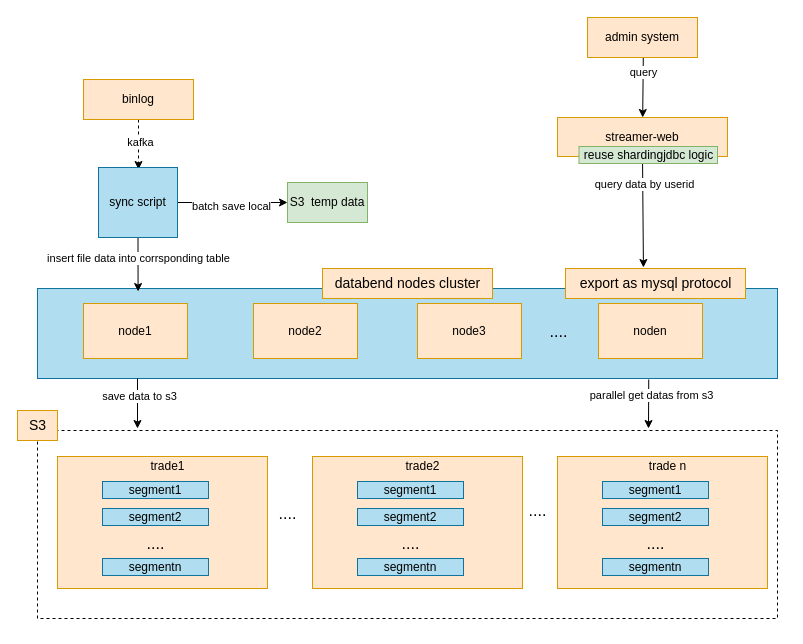
Before: page "第 3 页" (3 of 4) of doc/用户行为日志.drawio in jackjoesh/databend, a draw.io diagram. Source tidied: cells renumbered, new cells numbered last; positions are measured from the earlier drawing's top-left corner, leaving out a move shared by most shapes. Both pictures are drawn from the tidied source at 100%, with x=0, y=0 at pixel (17, 17).
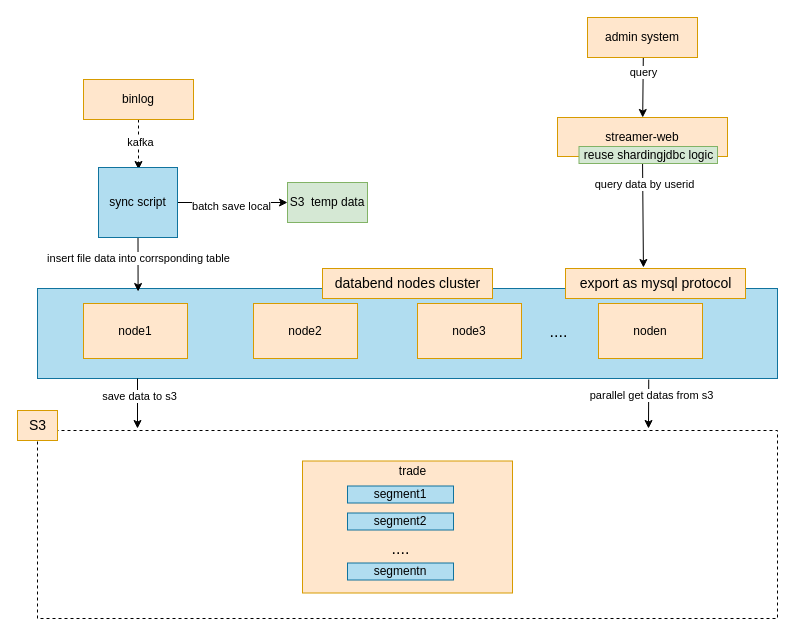
Above is the later version.

Change to the diagram source:
```diff
@@
     <mxCell id="3" style="rounded=0;whiteSpace=wrap;html=1;fillColor=#ffe6cc;strokeColor=#d79b00;" parent="1" vertex="1">
-      <mxGeometry x="40" y="439" width="210" height="132" as="geometry" />
+      <mxGeometry x="285" y="443.5" width="210" height="132" as="geometry" />
     </mxCell>
@@
-    <mxCell id="13" value="trade1" style="text;html=1;align=center;verticalAlign=middle;fillColor=none;strokeColor=none;rounded=0;" parent="1" vertex="1">
-      <mxGeometry x="120" y="434" width="60" height="30" as="geometry" />
+    <mxCell id="13" value="trade" style="text;html=1;align=center;verticalAlign=middle;fillColor=none;strokeColor=none;rounded=0;" parent="1" vertex="1">
+      <mxGeometry x="370" y="438.5" width="50" height="30" as="geometry" />
     </mxCell>
     <mxCell id="14" value="segment1" style="rounded=0;whiteSpace=wrap;html=1;fillColor=#b1ddf0;strokeColor=#10739e;" parent="1" vertex="1">
-      <mxGeometry x="85" y="464" width="106" height="17" as="geometry" />
+      <mxGeometry x="330" y="468.5" width="106" height="17" as="geometry" />
     </mxCell>
     <mxCell id="15" value="segment2" style="rounded=0;whiteSpace=wrap;html=1;fillColor=#b1ddf0;strokeColor=#10739e;" parent="1" vertex="1">
-      <mxGeometry x="85" y="491" width="106" height="17" as="geometry" />
+      <mxGeometry x="330" y="495.5" width="106" height="17" as="geometry" />
     </mxCell>
     <mxCell id="16" value="...." style="text;html=1;align=center;verticalAlign=middle;fillColor=none;strokeColor=none;rounded=0;fontSize=16;" parent="1" vertex="1">
-      <mxGeometry x="118" y="511" width="40" height="30" as="geometry" />
+      <mxGeometry x="363" y="515.5" width="40" height="30" as="geometry" />
     </mxCell>
     <mxCell id="17" value="segmentn" style="rounded=0;whiteSpace=wrap;html=1;fillColor=#b1ddf0;strokeColor=#10739e;" parent="1" vertex="1">
-      <mxGeometry x="85" y="541" width="106" height="17" as="geometry" />
+      <mxGeometry x="330" y="545.5" width="106" height="17" as="geometry" />
     </mxCell>
-    <mxCell id="18" style="rounded=0;whiteSpace=wrap;html=1;fillColor=#ffe6cc;strokeColor=#d79b00;" parent="1" vertex="1">
-      <mxGeometry x="295" y="439" width="210" height="132" as="geometry" />
-    </mxCell>
-    <mxCell id="19" value="trade2" style="text;html=1;align=center;verticalAlign=middle;fillColor=none;strokeColor=none;rounded=0;" parent="1" vertex="1">
-      <mxGeometry x="375" y="434" width="60" height="30" as="geometry" />
-    </mxCell>
-    <mxCell id="20" value="segment1" style="rounded=0;whiteSpace=wrap;html=1;fillColor=#b1ddf0;strokeColor=#10739e;" parent="1" vertex="1">
-      <mxGeometry x="340" y="464" width="106" height="17" as="geometry" />
-    </mxCell>
-    <mxCell id="21" value="segment2" style="rounded=0;whiteSpace=wrap;html=1;fillColor=#b1ddf0;strokeColor=#10739e;" parent="1" vertex="1">
-      <mxGeometry x="340" y="491" width="106" height="17" as="geometry" />
-    </mxCell>
-    <mxCell id="22" value="...." style="text;html=1;align=center;verticalAlign=middle;fillColor=none;strokeColor=none;rounded=0;fontSize=16;" parent="1" vertex="1">
-      <mxGeometry x="373" y="511" width="40" height="30" as="geometry" />
-    </mxCell>
-    <mxCell id="23" value="segmentn" style="rounded=0;whiteSpace=wrap;html=1;fillColor=#b1ddf0;strokeColor=#10739e;" parent="1" vertex="1">
-      <mxGeometry x="340" y="541" width="106" height="17" as="geometry" />
-    </mxCell>
-    <mxCell id="24" style="rounded=0;whiteSpace=wrap;html=1;fillColor=#ffe6cc;strokeColor=#d79b00;" parent="1" vertex="1">
-      <mxGeometry x="540" y="439" width="210" height="132" as="geometry" />
-    </mxCell>
-    <mxCell id="25" value="trade n" style="text;html=1;align=center;verticalAlign=middle;fillColor=none;strokeColor=none;rounded=0;" parent="1" vertex="1">
-      <mxGeometry x="620" y="434" width="60" height="30" as="geometry" />
-    </mxCell>
-    <mxCell id="26" value="segment1" style="rounded=0;whiteSpace=wrap;html=1;fillColor=#b1ddf0;strokeColor=#10739e;" parent="1" vertex="1">
-      <mxGeometry x="585" y="464" width="106" height="17" as="geometry" />
-    </mxCell>
-    <mxCell id="27" value="segment2" style="rounded=0;whiteSpace=wrap;html=1;fillColor=#b1ddf0;strokeColor=#10739e;" parent="1" vertex="1">
-      <mxGeometry x="585" y="491" width="106" height="17" as="geometry" />
-    </mxCell>
-    <mxCell id="28" value="...." style="text;html=1;align=center;verticalAlign=middle;fillColor=none;strokeColor=none;rounded=0;fontSize=16;" parent="1" vertex="1">
-      <mxGeometry x="618" y="511" width="40" height="30" as="geometry" />
-    </mxCell>
-    <mxCell id="29" value="segmentn" style="rounded=0;whiteSpace=wrap;html=1;fillColor=#b1ddf0;strokeColor=#10739e;" parent="1" vertex="1">
-      <mxGeometry x="585" y="541" width="106" height="17" as="geometry" />
-    </mxCell>
-    <mxCell id="30" value="...." style="text;html=1;align=center;verticalAlign=middle;fillColor=none;strokeColor=none;rounded=0;fontSize=16;" parent="1" vertex="1">
-      <mxGeometry x="250" y="481" width="40" height="30" as="geometry" />
-    </mxCell>
-    <mxCell id="31" value="...." style="text;html=1;align=center;verticalAlign=middle;fillColor=none;strokeColor=none;rounded=0;fontSize=16;" parent="1" vertex="1">
-      <mxGeometry x="500" y="478" width="40" height="30" as="geometry" />
-    </mxCell>
```
